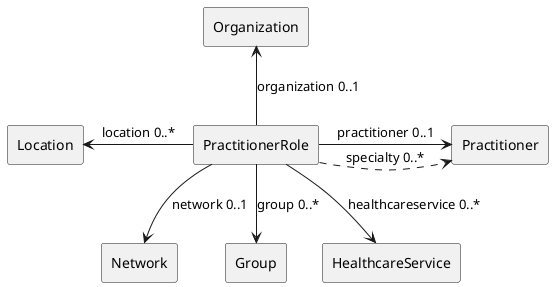
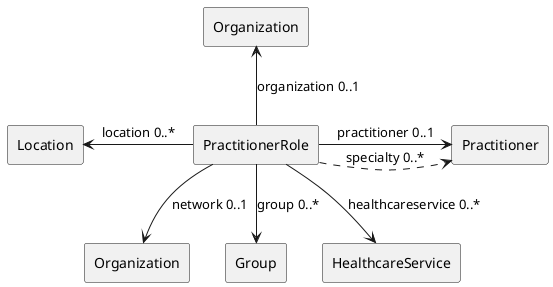
@startuml

agent PractitionerRole as practitionerRole
agent Practitioner as practitioner
agent Organization as organization
agent Location as location
- agent Network as network
+ agent Organization as network
agent Group as group
agent HealthcareService as service


practitionerRole -right-> practitioner: "practitioner 0..1"
practitionerRole .right.> practitioner: "specialty 0..*"
practitionerRole -up-> organization: "organization 0..1"
practitionerRole -left-> location: "location 0..*"
practitionerRole -down-> network: "network 0..1"
practitionerRole -down-> group: "group 0..*"
practitionerRole -down-> service: "healthcareservice 0..*"

@enduml